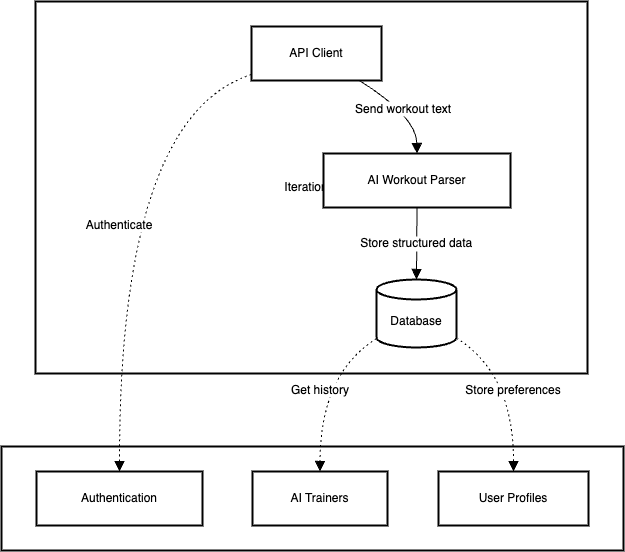
This is work-it-out.drawio.png from Hersh3yy/work-it-out, a draw.io export, as it was before one commit. Source tidied: cells renumbered, new cells last; positions are measured from the earlier drawing's top-left corner, leaving out a move shared by most shapes. Source of this version:
```xml
<mxGraphModel>
  <root>
    <mxCell id="0" />
    <mxCell id="1" parent="0" />
    <mxCell id="2" value="Iteration 2" style="whiteSpace=wrap;strokeWidth=2;" parent="1" vertex="1">
      <mxGeometry y="445" width="622" height="104" as="geometry" />
    </mxCell>
    <mxCell id="3" value="Iteration 1" style="whiteSpace=wrap;strokeWidth=2;" parent="1" vertex="1">
      <mxGeometry x="34" width="552" height="372" as="geometry" />
    </mxCell>
    <mxCell id="4" value="API Client" style="whiteSpace=wrap;strokeWidth=2;" parent="1" vertex="1">
      <mxGeometry x="250" y="25" width="130" height="54" as="geometry" />
    </mxCell>
    <mxCell id="5" value="AI Workout Parser" style="whiteSpace=wrap;strokeWidth=2;" parent="1" vertex="1">
      <mxGeometry x="322" y="152" width="187" height="54" as="geometry" />
    </mxCell>
    <mxCell id="6" value="Database" style="shape=cylinder3;boundedLbl=1;backgroundOutline=1;size=10;strokeWidth=2;whiteSpace=wrap;" parent="1" vertex="1">
      <mxGeometry x="375" y="278" width="80" height="68" as="geometry" />
    </mxCell>
    <mxCell id="7" value="Authentication" style="whiteSpace=wrap;strokeWidth=2;" parent="1" vertex="1">
      <mxGeometry x="35" y="470" width="166" height="54" as="geometry" />
    </mxCell>
    <mxCell id="8" value="AI Trainers" style="whiteSpace=wrap;strokeWidth=2;" parent="1" vertex="1">
      <mxGeometry x="251" y="470" width="135" height="54" as="geometry" />
    </mxCell>
    <mxCell id="9" value="User Profiles" style="whiteSpace=wrap;strokeWidth=2;" parent="1" vertex="1">
      <mxGeometry x="437" y="470" width="150" height="54" as="geometry" />
    </mxCell>
    <mxCell id="10" value="Send workout text" style="curved=1;startArrow=none;endArrow=block;exitX=0.83;exitY=1;entryX=0.5;entryY=0;rounded=0;fontSize=12;startSize=8;endSize=8;" parent="1" edge="1" source="4" target="5">
      <mxGeometry relative="1" as="geometry">
        <Array as="points">
          <mxPoint x="415" y="115" />
        </Array>
      </mxGeometry>
    </mxCell>
    <mxCell id="11" value="Store structured data" style="curved=1;startArrow=none;endArrow=block;exitX=0.5;exitY=1;entryX=0.5;entryY=0.01;rounded=0;fontSize=12;startSize=8;endSize=8;" parent="1" edge="1" source="5" target="6">
      <mxGeometry relative="1" as="geometry" />
    </mxCell>
    <mxCell id="12" value="Authenticate" style="curved=1;dashed=1;dashPattern=2 3;startArrow=none;endArrow=block;exitX=0;exitY=0.89;entryX=0.5;entryY=-0.01;rounded=0;fontSize=12;startSize=8;endSize=8;" parent="1" edge="1" source="4" target="7">
      <mxGeometry relative="1" as="geometry">
        <Array as="points">
          <mxPoint x="118" y="115" />
        </Array>
      </mxGeometry>
    </mxCell>
    <mxCell id="13" value="Get history" style="curved=1;dashed=1;dashPattern=2 3;startArrow=none;endArrow=block;exitX=0;exitY=0.87;entryX=0.5;entryY=-0.01;rounded=0;fontSize=12;startSize=8;endSize=8;" parent="1" edge="1" source="6" target="8">
      <mxGeometry relative="1" as="geometry">
        <Array as="points">
          <mxPoint x="319" y="372" />
        </Array>
      </mxGeometry>
    </mxCell>
    <mxCell id="14" value="Store preferences" style="curved=1;dashed=1;dashPattern=2 3;startArrow=none;endArrow=block;exitX=1.01;exitY=0.87;entryX=0.5;entryY=-0.01;rounded=0;fontSize=12;startSize=8;endSize=8;" parent="1" edge="1" source="6" target="9">
      <mxGeometry relative="1" as="geometry">
        <Array as="points">
          <mxPoint x="512" y="372" />
        </Array>
      </mxGeometry>
    </mxCell>
  </root>
</mxGraphModel>
```
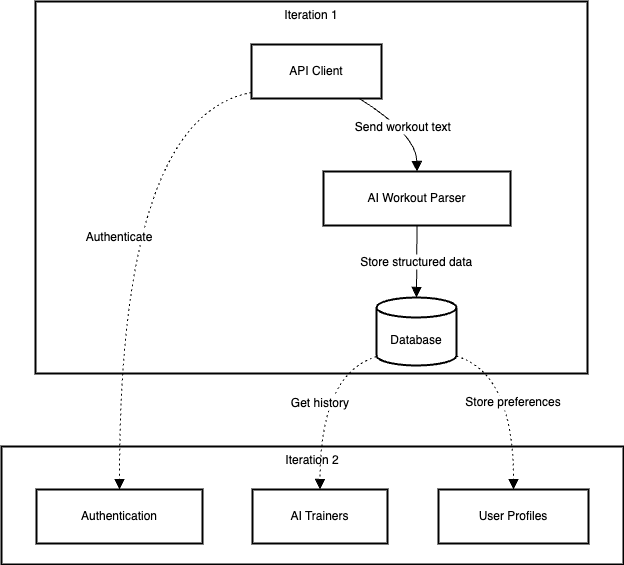
The same file after the commit.

Commit message:
update plan/architecture diagram and README

What changed in the source:
```diff
@@ -2,11 +2,11 @@
   <root>
     <mxCell id="0" />
     <mxCell id="1" parent="0" />
-    <mxCell id="2" value="Iteration 2" style="whiteSpace=wrap;strokeWidth=2;" parent="1" vertex="1">
-      <mxGeometry y="445" width="622" height="104" as="geometry" />
+    <mxCell id="2" value="Iteration 2" style="whiteSpace=wrap;strokeWidth=2;verticalAlign=top;" parent="1" vertex="1">
+      <mxGeometry y="427" width="622" height="118" as="geometry" />
     </mxCell>
-    <mxCell id="3" value="Iteration 1" style="whiteSpace=wrap;strokeWidth=2;" parent="1" vertex="1">
-      <mxGeometry x="34" width="552" height="372" as="geometry" />
+    <mxCell id="3" value="Iteration 1" style="whiteSpace=wrap;strokeWidth=2;verticalAlign=top;" parent="1" vertex="1">
+      <mxGeometry x="34" y="-18" width="552" height="372" as="geometry" />
     </mxCell>
     <mxCell id="4" value="API Client" style="whiteSpace=wrap;strokeWidth=2;" parent="1" vertex="1">
       <mxGeometry x="250" y="25" width="130" height="54" as="geometry" />
@@ -39,21 +39,21 @@
     <mxCell id="12" value="Authenticate" style="curved=1;dashed=1;dashPattern=2 3;startArrow=none;endArrow=block;exitX=0;exitY=0.89;entryX=0.5;entryY=-0.01;rounded=0;fontSize=12;startSize=8;endSize=8;" parent="1" edge="1" source="4" target="7">
       <mxGeometry relative="1" as="geometry">
         <Array as="points">
-          <mxPoint x="118" y="115" />
+          <mxPoint x="118" y="97" />
         </Array>
       </mxGeometry>
     </mxCell>
     <mxCell id="13" value="Get history" style="curved=1;dashed=1;dashPattern=2 3;startArrow=none;endArrow=block;exitX=0;exitY=0.87;entryX=0.5;entryY=-0.01;rounded=0;fontSize=12;startSize=8;endSize=8;" parent="1" edge="1" source="6" target="8">
       <mxGeometry relative="1" as="geometry">
         <Array as="points">
-          <mxPoint x="319" y="372" />
+          <mxPoint x="319" y="354" />
         </Array>
       </mxGeometry>
     </mxCell>
     <mxCell id="14" value="Store preferences" style="curved=1;dashed=1;dashPattern=2 3;startArrow=none;endArrow=block;exitX=1.01;exitY=0.87;entryX=0.5;entryY=-0.01;rounded=0;fontSize=12;startSize=8;endSize=8;" parent="1" edge="1" source="6" target="9">
       <mxGeometry relative="1" as="geometry">
         <Array as="points">
-          <mxPoint x="512" y="372" />
+          <mxPoint x="512" y="354" />
         </Array>
       </mxGeometry>
     </mxCell>
```
